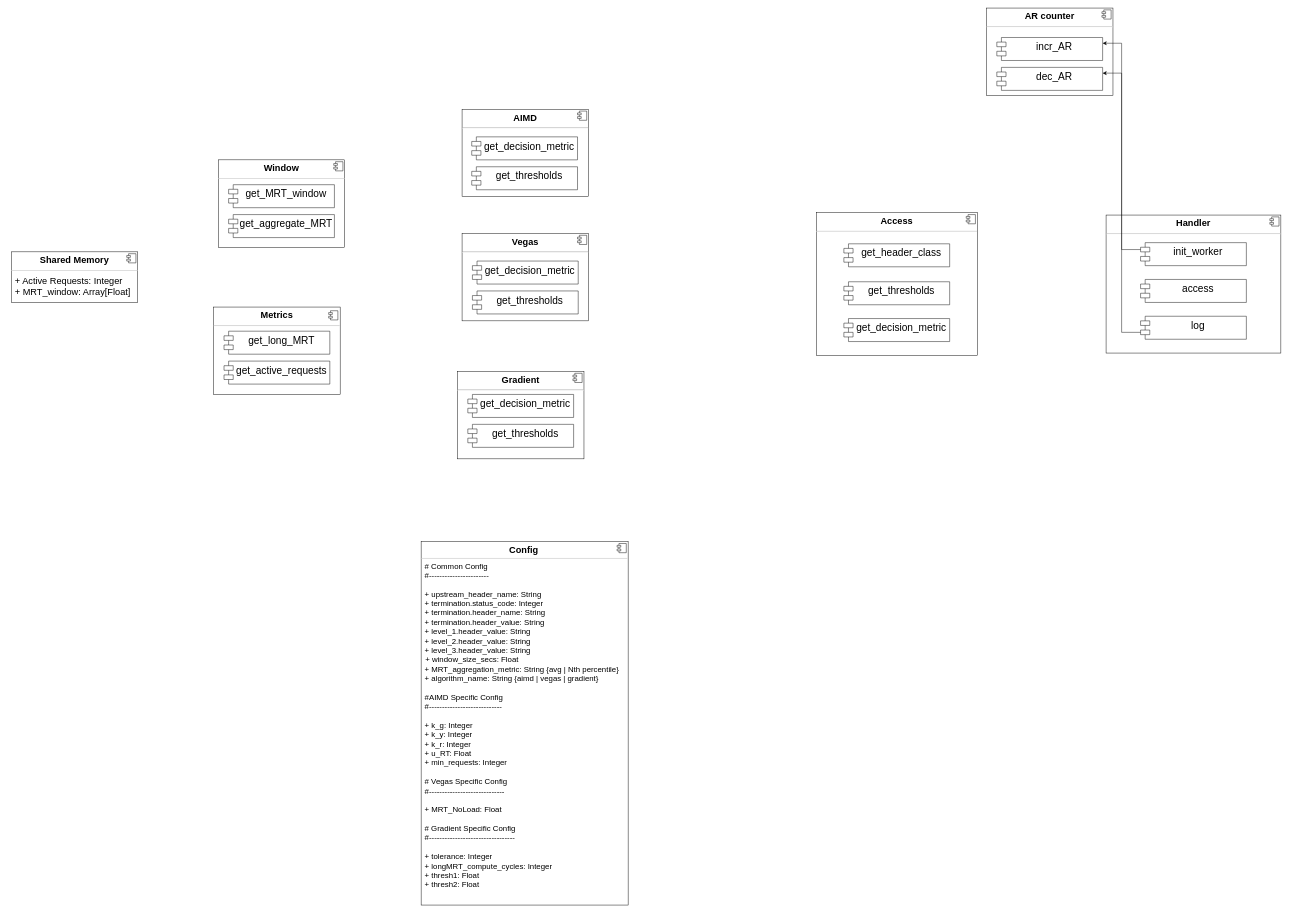
programmer290399/resources keeps this draw.io diagram as Untitled Diagram.drawio. Above is the earlier version. Source tidied: cells renumbered, new cells numbered last; positions are measured from the earlier drawing's top-left corner, leaving out a move shared by most shapes. Both pictures are drawn from the tidied source at 46%, with x=0, y=0 at pixel (11, 8).
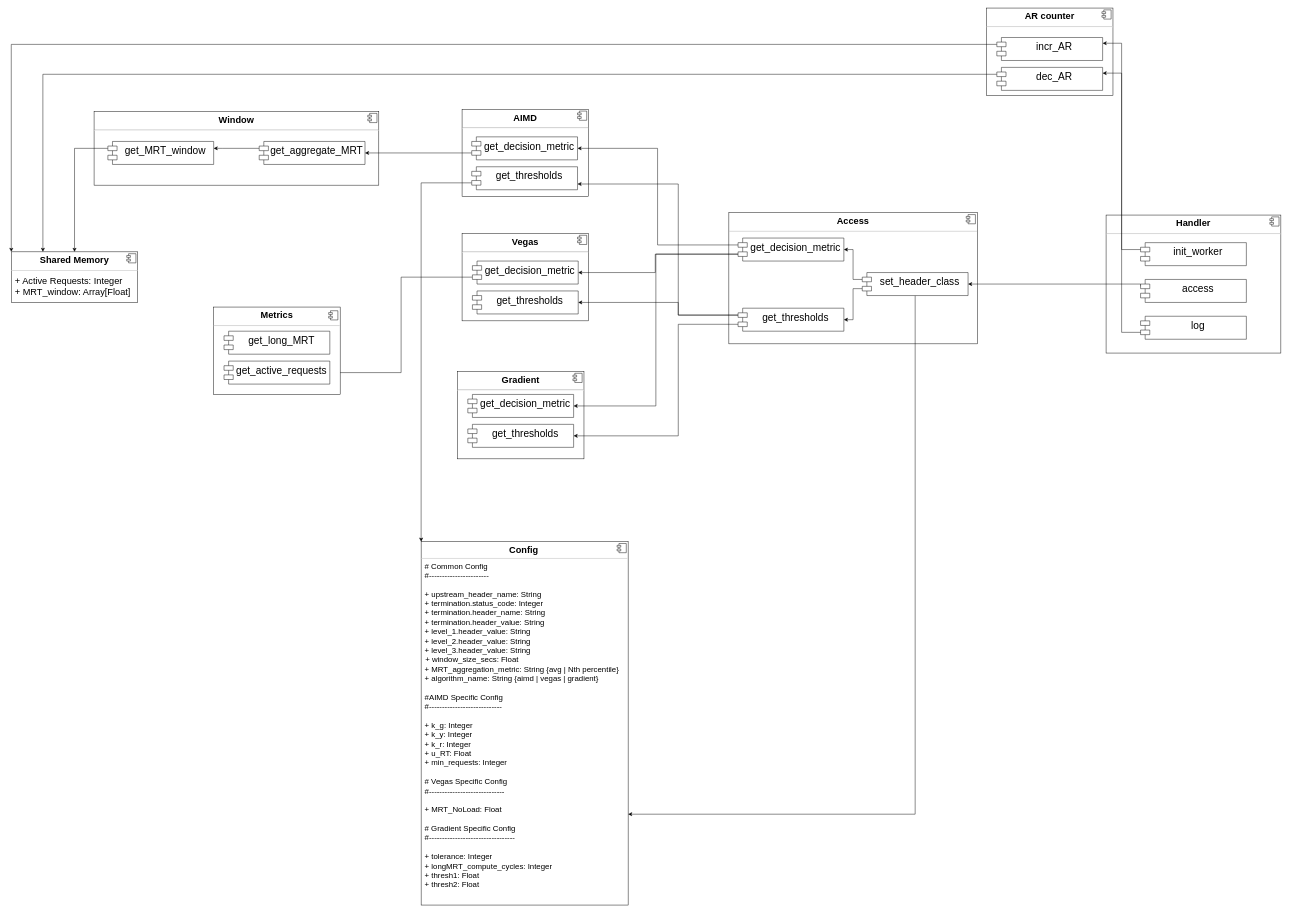
The same page after the edit.

Unchanged cells that the change refers to:
```xml
<mxCell id="2" value="&lt;p style=&quot;margin: 0px ; margin-top: 6px ; text-align: center&quot;&gt;&lt;b&gt;&lt;font style=&quot;font-size: 20px&quot;&gt;Config&lt;/font&gt;&lt;span style=&quot;font-size: 13px&quot;&gt;&amp;nbsp;&lt;/span&gt;&lt;/b&gt;&lt;/p&gt;&lt;hr&gt;&lt;p style=&quot;margin: 0px 0px 0px 8px ; font-size: 17px&quot;&gt;&lt;font style=&quot;font-size: 17px&quot;&gt;# Common Config&lt;/font&gt;&lt;/p&gt;&lt;p style=&quot;margin: 0px 0px 0px 8px ; font-size: 17px&quot;&gt;&lt;font style=&quot;font-size: 17px&quot;&gt;#-----------------------&lt;/font&gt;&lt;/p&gt;&lt;p style=&quot;margin: 0px 0px 0px 8px ; font-size: 17px&quot;&gt;&lt;font style=&quot;font-size: 17px&quot;&gt;&lt;br&gt;&lt;/font&gt;&lt;/p&gt;&lt;p style=&quot;margin: 0px 0px 0px 8px ; font-size: 17px&quot;&gt;&lt;font style=&quot;font-size: 17px&quot;&gt;+ upstream_header_name: String&lt;br&gt;+ termination.status_code: Integer&lt;/font&gt;&lt;/p&gt;&lt;p style=&quot;margin: 0px 0px 0px 8px ; font-size: 17px&quot;&gt;&lt;font style=&quot;font-size: 17px&quot;&gt;+&amp;nbsp;termination.header_name: String&lt;/font&gt;&lt;/p&gt;&lt;p style=&quot;margin: 0px 0px 0px 8px ; font-size: 17px&quot;&gt;&lt;font style=&quot;font-size: 17px&quot;&gt;+&amp;nbsp;termination.header_value: String&lt;/font&gt;&lt;/p&gt;&lt;p style=&quot;margin: 0px 0px 0px 8px ; font-size: 17px&quot;&gt;&lt;font style=&quot;font-size: 17px&quot;&gt;+&amp;nbsp;level_1.header_value: String&lt;span&gt;&amp;nbsp;&lt;/span&gt;&lt;/font&gt;&lt;/p&gt;&lt;p style=&quot;margin: 0px 0px 0px 8px ; font-size: 17px&quot;&gt;&lt;font style=&quot;font-size: 17px&quot;&gt;+&amp;nbsp;level_2.header_value: String&lt;span&gt;&amp;nbsp;&lt;/span&gt;&lt;span&gt;&lt;br&gt;&lt;/span&gt;&lt;/font&gt;&lt;/p&gt;&lt;p style=&quot;margin: 0px 0px 0px 8px ; font-size: 17px&quot;&gt;&lt;font style=&quot;font-size: 17px&quot;&gt;+&amp;nbsp;level_3.header_value: String&lt;span&gt;&amp;nbsp;&lt;/span&gt;&lt;span&gt;&lt;br&gt;&lt;/span&gt;&lt;/font&gt;&lt;/p&gt;&lt;font style=&quot;font-size: 17px&quot;&gt;&amp;nbsp;&amp;nbsp;+ window_size_secs: Float&lt;br&gt;&lt;/font&gt;&lt;p style=&quot;margin: 0px 0px 0px 8px ; font-size: 17px&quot;&gt;&lt;font style=&quot;font-size: 17px&quot;&gt;+&amp;nbsp;MRT_aggregation_metric: String {avg | Nth percentile}&lt;br&gt;+ algorithm_name: String {aimd | vegas | gradient}&lt;/font&gt;&lt;/p&gt;&lt;p style=&quot;margin: 0px 0px 0px 8px ; font-size: 17px&quot;&gt;&lt;font style=&quot;font-size: 17px&quot;&gt;&lt;br&gt;&lt;/font&gt;&lt;/p&gt;&lt;p style=&quot;margin: 0px 0px 0px 8px ; font-size: 17px&quot;&gt;&lt;font style=&quot;font-size: 17px&quot;&gt;#AIMD Specific Config&lt;/font&gt;&lt;/p&gt;&lt;p style=&quot;margin: 0px 0px 0px 8px ; font-size: 17px&quot;&gt;&lt;font style=&quot;font-size: 17px&quot;&gt;#----------------------------&lt;/font&gt;&lt;/p&gt;&lt;p style=&quot;margin: 0px 0px 0px 8px ; font-size: 17px&quot;&gt;&lt;font style=&quot;font-size: 17px&quot;&gt;&lt;br&gt;&lt;/font&gt;&lt;/p&gt;&lt;p style=&quot;margin: 0px 0px 0px 8px ; font-size: 17px&quot;&gt;&lt;font style=&quot;font-size: 17px&quot;&gt;+ k_g: Integer&lt;br&gt;&lt;/font&gt;&lt;/p&gt;&lt;p style=&quot;margin: 0px 0px 0px 8px ; font-size: 17px&quot;&gt;&lt;font style=&quot;font-size: 17px&quot;&gt;+&amp;nbsp;k_y: Integer&lt;/font&gt;&lt;/p&gt;&lt;p style=&quot;margin: 0px 0px 0px 8px ; font-size: 17px&quot;&gt;&lt;font style=&quot;font-size: 17px&quot;&gt;+&amp;nbsp;k_r: Integer&lt;/font&gt;&lt;/p&gt;&lt;p style=&quot;margin: 0px 0px 0px 8px ; font-size: 17px&quot;&gt;&lt;font style=&quot;font-size: 17px&quot;&gt;+ u_RT: Float&lt;br&gt;&lt;/font&gt;&lt;/p&gt;&lt;p style=&quot;margin: 0px 0px 0px 8px ; font-size: 17px&quot;&gt;&lt;font style=&quot;font-size: 17px&quot;&gt;+ min_requests: Integer&lt;br&gt;&lt;/font&gt;&lt;/p&gt;&lt;p style=&quot;margin: 0px 0px 0px 8px ; font-size: 17px&quot;&gt;&lt;font style=&quot;font-size: 17px&quot;&gt;&lt;br&gt;&lt;/font&gt;&lt;/p&gt;&lt;p style=&quot;margin: 0px 0px 0px 8px ; font-size: 17px&quot;&gt;&lt;font style=&quot;font-size: 17px&quot;&gt;# Vegas&amp;nbsp;Specific Config&lt;/font&gt;&lt;/p&gt;&lt;p style=&quot;margin: 0px 0px 0px 8px ; font-size: 17px&quot;&gt;&lt;font style=&quot;font-size: 17px&quot;&gt;#-----------------------------&lt;/font&gt;&lt;/p&gt;&lt;p style=&quot;margin: 0px 0px 0px 8px ; font-size: 17px&quot;&gt;&lt;font style=&quot;font-size: 17px&quot;&gt;&lt;br&gt;&lt;/font&gt;&lt;/p&gt;&lt;p style=&quot;margin: 0px 0px 0px 8px ; font-size: 17px&quot;&gt;&lt;font style=&quot;font-size: 17px&quot;&gt;+ MRT_NoLoad: Float&lt;br&gt;&lt;/font&gt;&lt;/p&gt;&lt;p style=&quot;margin: 0px 0px 0px 8px ; font-size: 17px&quot;&gt;&lt;font style=&quot;font-size: 17px&quot;&gt;&lt;br&gt;&lt;/font&gt;&lt;/p&gt;&lt;p style=&quot;margin: 0px 0px 0px 8px ; font-size: 17px&quot;&gt;&lt;font style=&quot;font-size: 17px&quot;&gt;# Gradient Specific Config&lt;/font&gt;&lt;/p&gt;&lt;p style=&quot;margin: 0px 0px 0px 8px ; font-size: 17px&quot;&gt;&lt;font style=&quot;font-size: 17px&quot;&gt;#---------------------------------&lt;/font&gt;&lt;/p&gt;&lt;p style=&quot;margin: 0px 0px 0px 8px ; font-size: 17px&quot;&gt;&lt;font style=&quot;font-size: 17px&quot;&gt;&lt;br&gt;&lt;/font&gt;&lt;/p&gt;&lt;p style=&quot;margin: 0px 0px 0px 8px ; font-size: 17px&quot;&gt;&lt;font style=&quot;font-size: 17px&quot;&gt;+ tolerance: Integer&amp;nbsp;&lt;/font&gt;&lt;/p&gt;&lt;p style=&quot;margin: 0px 0px 0px 8px ; font-size: 17px&quot;&gt;&lt;font style=&quot;font-size: 17px&quot;&gt;+&amp;nbsp;longMRT_compute_cycles: Integer&lt;/font&gt;&lt;/p&gt;&lt;p style=&quot;margin: 0px 0px 0px 8px ; font-size: 17px&quot;&gt;&lt;font style=&quot;font-size: 17px&quot;&gt;+&amp;nbsp;thresh1: Float&amp;nbsp;&lt;/font&gt;&lt;/p&gt;&lt;p style=&quot;margin: 0px 0px 0px 8px ; font-size: 17px&quot;&gt;&lt;font style=&quot;font-size: 17px&quot;&gt;+&amp;nbsp;thresh2: Float&lt;/font&gt;&lt;/p&gt;" style="align=left;overflow=fill;html=1;" parent="1" vertex="1">
  <mxGeometry x="891" y="1160" width="450" height="790" as="geometry" />
</mxCell>
<mxCell id="16" value="&lt;p style=&quot;margin: 0px ; margin-top: 6px ; text-align: center&quot;&gt;&lt;b&gt;Shared Memory&lt;/b&gt;&lt;/p&gt;&lt;hr&gt;&lt;p style=&quot;margin: 0px ; margin-left: 8px&quot;&gt;+ Active Requests: Integer&lt;br&gt;+ MRT_window: Array[Float]&lt;/p&gt;" style="align=left;overflow=fill;html=1;fontSize=20;" parent="1" vertex="1">
  <mxGeometry y="530" width="275" height="110" as="geometry" />
</mxCell>
<mxCell id="19" value="access" style="shape=module;align=left;spacingLeft=20;align=center;verticalAlign=top;fontSize=22;" parent="1" vertex="1">
  <mxGeometry x="2455" y="590" width="230" height="50" as="geometry" />
</mxCell>
<mxCell id="21" value="get_decision_metric" style="shape=module;align=left;spacingLeft=20;align=center;verticalAlign=top;fontSize=22;" parent="1" vertex="1">
  <mxGeometry x="1001" y="280" width="230" height="50" as="geometry" />
</mxCell>
<mxCell id="22" value="get_thresholds" style="shape=module;align=left;spacingLeft=20;align=center;verticalAlign=top;fontSize=22;" parent="1" vertex="1">
  <mxGeometry x="1001" y="345" width="230" height="50" as="geometry" />
</mxCell>
<mxCell id="23" value="get_decision_metric" style="shape=module;align=left;spacingLeft=20;align=center;verticalAlign=top;fontSize=22;" parent="1" vertex="1">
  <mxGeometry x="1002.5" y="550" width="230" height="50" as="geometry" />
</mxCell>
<mxCell id="24" value="get_thresholds" style="shape=module;align=left;spacingLeft=20;align=center;verticalAlign=top;fontSize=22;" parent="1" vertex="1">
  <mxGeometry x="1002.5" y="615" width="230" height="50" as="geometry" />
</mxCell>
<mxCell id="25" value="get_decision_metric" style="shape=module;align=left;spacingLeft=20;align=center;verticalAlign=top;fontSize=22;" parent="1" vertex="1">
  <mxGeometry x="992.5" y="840" width="230" height="50" as="geometry" />
</mxCell>
<mxCell id="26" value="get_thresholds" style="shape=module;align=left;spacingLeft=20;align=center;verticalAlign=top;fontSize=22;" parent="1" vertex="1">
  <mxGeometry x="992.5" y="905" width="230" height="50" as="geometry" />
</mxCell>
<mxCell id="34" value="incr_AR" style="shape=module;align=left;spacingLeft=20;align=center;verticalAlign=top;fontSize=22;" parent="1" vertex="1">
  <mxGeometry x="2142.5" y="64" width="230" height="50" as="geometry" />
</mxCell>
<mxCell id="35" value="dec_AR" style="shape=module;align=left;spacingLeft=20;align=center;verticalAlign=top;fontSize=22;" parent="1" vertex="1">
  <mxGeometry x="2142.5" y="129" width="230" height="50" as="geometry" />
</mxCell>
<mxCell id="39" value="get_active_requests" style="shape=module;align=left;spacingLeft=20;align=center;verticalAlign=top;fontSize=22;" parent="1" vertex="1">
  <mxGeometry x="462.5" y="767.5" width="230" height="50" as="geometry" />
</mxCell>
```

The edit, as a diff of the source:
```diff
@@
     <mxCell id="6" value="&lt;p style=&quot;margin: 0px ; margin-top: 6px ; text-align: center&quot;&gt;&lt;b&gt;Window&lt;/b&gt;&lt;/p&gt;&lt;hr&gt;&lt;p style=&quot;margin: 0px ; margin-left: 8px&quot;&gt;&lt;br&gt;&lt;/p&gt;" style="align=left;overflow=fill;html=1;fontSize=20;" parent="1" vertex="1">
-      <mxGeometry x="450" y="330" width="275" height="190" as="geometry" />
+      <mxGeometry x="180" y="225" width="619" height="160" as="geometry" />
     </mxCell>
@@
     <mxCell id="14" value="&lt;p style=&quot;margin: 0px ; margin-top: 6px ; text-align: center&quot;&gt;&lt;b&gt;Access&lt;/b&gt;&lt;/p&gt;&lt;hr&gt;&lt;p style=&quot;margin: 0px ; margin-left: 8px&quot;&gt;&lt;br&gt;&lt;/p&gt;" style="align=left;overflow=fill;html=1;fontSize=20;" parent="1" vertex="1">
-      <mxGeometry x="1750" y="445" width="350" height="310" as="geometry" />
+      <mxGeometry x="1560" y="445" width="540" height="285" as="geometry" />
     </mxCell>
@@
+    <mxCell id="42" style="edgeStyle=orthogonalEdgeStyle;rounded=0;jettySize=auto;html=1;exitX=0;exitY=0;exitDx=0;exitDy=15;exitPerimeter=0;entryX=1;entryY=0.5;entryDx=0;entryDy=0;fontSize=22;" parent="1" edge="1" source="19" target="29">
+      <mxGeometry relative="1" as="geometry">
+        <Array as="points">
+          <mxPoint x="2455" y="600" />
+        </Array>
+      </mxGeometry>
+    </mxCell>
@@
+    <mxCell id="43" style="edgeStyle=orthogonalEdgeStyle;rounded=0;jettySize=auto;html=1;exitX=0;exitY=0;exitDx=0;exitDy=35;exitPerimeter=0;fontSize=22;" parent="1" edge="1" source="21" target="28">
+      <mxGeometry relative="1" as="geometry" />
+    </mxCell>
@@
+    <mxCell id="44" style="edgeStyle=orthogonalEdgeStyle;rounded=0;jettySize=auto;html=1;exitX=0;exitY=0;exitDx=0;exitDy=35;exitPerimeter=0;entryX=0;entryY=0;entryDx=0;entryDy=0;fontSize=22;" parent="1" edge="1" source="22" target="2">
+      <mxGeometry relative="1" as="geometry">
+        <Array as="points">
+          <mxPoint x="891" y="380" />
+        </Array>
+      </mxGeometry>
+    </mxCell>
@@
+    <mxCell id="45" style="edgeStyle=orthogonalEdgeStyle;rounded=0;jettySize=auto;html=1;exitX=0;exitY=0;exitDx=0;exitDy=35;exitPerimeter=0;entryX=1;entryY=0.5;entryDx=0;entryDy=0;fontSize=22;" parent="1" edge="1" source="23" target="39">
+      <mxGeometry relative="1" as="geometry" />
+    </mxCell>
@@
+    <mxCell id="46" style="edgeStyle=orthogonalEdgeStyle;rounded=0;jettySize=auto;html=1;exitX=0;exitY=0;exitDx=0;exitDy=15;exitPerimeter=0;entryX=0.5;entryY=0;entryDx=0;entryDy=0;fontSize=22;" parent="1" edge="1" source="27" target="16">
+      <mxGeometry relative="1" as="geometry" />
+    </mxCell>
     <mxCell id="27" value="get_MRT_window" style="shape=module;align=left;spacingLeft=20;align=center;verticalAlign=top;fontSize=22;" parent="1" vertex="1">
-      <mxGeometry x="472.5" y="384" width="230" height="50" as="geometry" />
+      <mxGeometry x="210" y="290" width="230" height="50" as="geometry" />
     </mxCell>
+    <mxCell id="47" style="edgeStyle=orthogonalEdgeStyle;rounded=0;jettySize=auto;html=1;exitX=0;exitY=0;exitDx=0;exitDy=15;exitPerimeter=0;fontSize=22;" parent="1" edge="1" source="28" target="27">
+      <mxGeometry relative="1" as="geometry">
+        <Array as="points">
+          <mxPoint x="460" y="305" />
+          <mxPoint x="460" y="305" />
+        </Array>
+      </mxGeometry>
+    </mxCell>
     <mxCell id="28" value="get_aggregate_MRT" style="shape=module;align=left;spacingLeft=20;align=center;verticalAlign=top;fontSize=22;" parent="1" vertex="1">
-      <mxGeometry x="472.5" y="449" width="230" height="50" as="geometry" />
+      <mxGeometry x="539" y="290" width="230" height="50" as="geometry" />
     </mxCell>
+    <mxCell id="48" style="edgeStyle=orthogonalEdgeStyle;rounded=0;jettySize=auto;html=1;exitX=0;exitY=0;exitDx=0;exitDy=15;exitPerimeter=0;entryX=1;entryY=0.5;entryDx=0;entryDy=0;fontSize=22;" parent="1" edge="1" source="29" target="31">
+      <mxGeometry relative="1" as="geometry" />
+    </mxCell>
+    <mxCell id="49" style="edgeStyle=orthogonalEdgeStyle;rounded=0;jettySize=auto;html=1;exitX=0;exitY=0;exitDx=0;exitDy=35;exitPerimeter=0;entryX=1;entryY=0.5;entryDx=0;entryDy=0;fontSize=22;" parent="1" edge="1" source="29" target="30">
+      <mxGeometry relative="1" as="geometry" />
+    </mxCell>
+    <mxCell id="50" style="edgeStyle=orthogonalEdgeStyle;rounded=0;jettySize=auto;html=1;exitX=0.5;exitY=1;exitDx=0;exitDy=0;entryX=1;entryY=0.75;entryDx=0;entryDy=0;fontSize=22;" parent="1" edge="1" source="29" target="2">
+      <mxGeometry relative="1" as="geometry" />
+    </mxCell>
-    <mxCell id="29" value="get_header_class" style="shape=module;align=left;spacingLeft=20;align=center;verticalAlign=top;fontSize=22;" parent="1" vertex="1">
-      <mxGeometry x="1810" y="512.5" width="230" height="50" as="geometry" />
+    <mxCell id="29" value="set_header_class" style="shape=module;align=left;spacingLeft=20;align=center;verticalAlign=top;fontSize=22;" parent="1" vertex="1">
+      <mxGeometry x="1850" y="575" width="230" height="50" as="geometry" />
     </mxCell>
+    <mxCell id="51" style="edgeStyle=orthogonalEdgeStyle;rounded=0;jettySize=auto;html=1;exitX=0;exitY=0;exitDx=0;exitDy=15;exitPerimeter=0;entryX=1;entryY=0.75;entryDx=0;entryDy=0;fontSize=22;" parent="1" edge="1" source="30" target="22">
+      <mxGeometry relative="1" as="geometry">
+        <Array as="points">
+          <mxPoint x="1450" y="667" />
+          <mxPoint x="1450" y="382" />
+        </Array>
+      </mxGeometry>
+    </mxCell>
+    <mxCell id="52" style="edgeStyle=orthogonalEdgeStyle;rounded=0;jettySize=auto;html=1;exitX=0;exitY=0;exitDx=0;exitDy=35;exitPerimeter=0;entryX=1;entryY=0.5;entryDx=0;entryDy=0;fontSize=22;" parent="1" edge="1" source="30" target="26">
+      <mxGeometry relative="1" as="geometry">
+        <Array as="points">
+          <mxPoint x="1450" y="687" />
+          <mxPoint x="1450" y="930" />
+        </Array>
+      </mxGeometry>
+    </mxCell>
+    <mxCell id="53" style="edgeStyle=orthogonalEdgeStyle;rounded=0;jettySize=auto;html=1;exitX=0;exitY=0;exitDx=0;exitDy=15;exitPerimeter=0;entryX=1;entryY=0.5;entryDx=0;entryDy=0;fontSize=22;" parent="1" edge="1" source="30" target="24">
+      <mxGeometry relative="1" as="geometry">
+        <Array as="points">
+          <mxPoint x="1450" y="667" />
+          <mxPoint x="1450" y="640" />
+        </Array>
+      </mxGeometry>
+    </mxCell>
     <mxCell id="30" value="get_thresholds" style="shape=module;align=left;spacingLeft=20;align=center;verticalAlign=top;fontSize=22;" parent="1" vertex="1">
-      <mxGeometry x="1810" y="595" width="230" height="50" as="geometry" />
+      <mxGeometry x="1580" y="652.5" width="230" height="50" as="geometry" />
     </mxCell>
+    <mxCell id="54" style="edgeStyle=orthogonalEdgeStyle;rounded=0;jettySize=auto;html=1;exitX=0;exitY=0;exitDx=0;exitDy=15;exitPerimeter=0;entryX=1;entryY=0.5;entryDx=0;entryDy=0;fontSize=22;" parent="1" edge="1" source="31" target="21">
+      <mxGeometry relative="1" as="geometry">
+        <Array as="points">
+          <mxPoint x="1405" y="515" />
+          <mxPoint x="1405" y="305" />
+        </Array>
+      </mxGeometry>
+    </mxCell>
+    <mxCell id="55" style="edgeStyle=orthogonalEdgeStyle;rounded=0;jettySize=auto;html=1;exitX=0;exitY=0;exitDx=0;exitDy=35;exitPerimeter=0;entryX=1;entryY=0.5;entryDx=0;entryDy=0;fontSize=22;" parent="1" edge="1" source="31" target="25">
+      <mxGeometry relative="1" as="geometry" />
+    </mxCell>
+    <mxCell id="56" style="edgeStyle=orthogonalEdgeStyle;rounded=0;jettySize=auto;html=1;exitX=0;exitY=0;exitDx=0;exitDy=35;exitPerimeter=0;fontSize=22;" parent="1" edge="1" source="31" target="23">
+      <mxGeometry relative="1" as="geometry">
+        <Array as="points">
+          <mxPoint x="1400" y="535" />
+          <mxPoint x="1400" y="575" />
+        </Array>
+      </mxGeometry>
+    </mxCell>
     <mxCell id="31" value="get_decision_metric" style="shape=module;align=left;spacingLeft=20;align=center;verticalAlign=top;fontSize=22;" parent="1" vertex="1">
-      <mxGeometry x="1810" y="675" width="230" height="50" as="geometry" />
+      <mxGeometry x="1580" y="500" width="230" height="50" as="geometry" />
     </mxCell>
@@
+    <mxCell id="57" style="edgeStyle=orthogonalEdgeStyle;rounded=0;jettySize=auto;html=1;exitX=0;exitY=0;exitDx=0;exitDy=15;exitPerimeter=0;entryX=0;entryY=0;entryDx=0;entryDy=0;fontSize=22;" parent="1" edge="1" source="34" target="16">
+      <mxGeometry relative="1" as="geometry" />
+    </mxCell>
@@
+    <mxCell id="58" style="edgeStyle=orthogonalEdgeStyle;rounded=0;jettySize=auto;html=1;exitX=0;exitY=0;exitDx=0;exitDy=15;exitPerimeter=0;entryX=0.25;entryY=0;entryDx=0;entryDy=0;fontSize=22;" parent="1" edge="1" source="35" target="16">
+      <mxGeometry relative="1" as="geometry" />
+    </mxCell>
```
